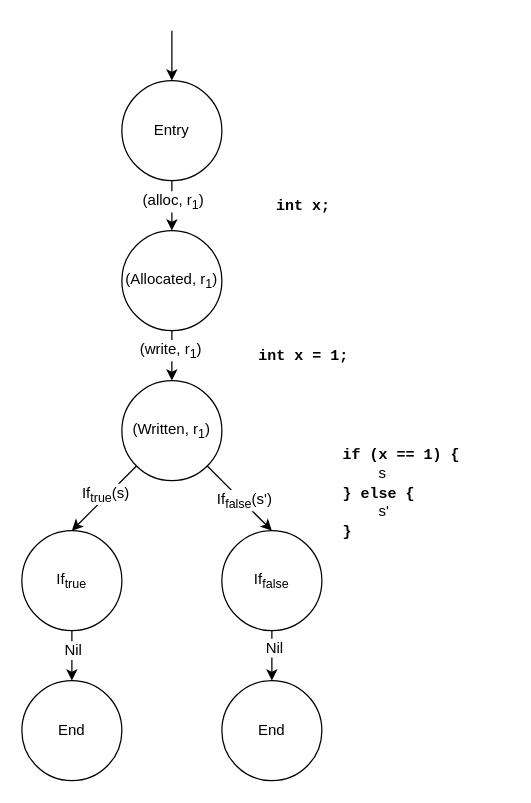
This is background/figures/cfg_example.drawio from andersfischernielsen/Finding-Resource-Manipulation-Bugs-with-Monitor-Automata-on-the-Example-of-the-Linux-Kernel, a draw.io file, before an edit. Source tidied: cells renumbered, new cells numbered last; positions are measured from the earlier drawing's top-left corner, leaving out a move shared by most shapes. Both pictures are drawn from the tidied source at 125%, with x=0, y=0 at pixel (21, 30).
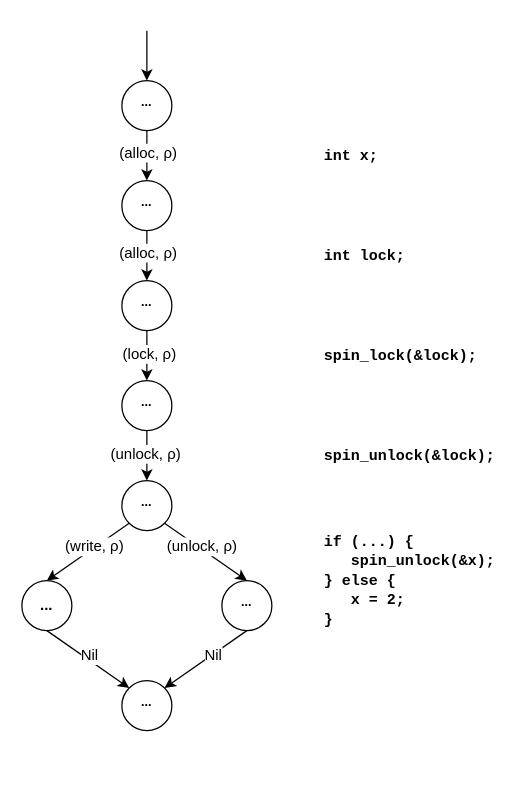
Above is the later version.

Unchanged cells that the change refers to:
```xml
<mxCell id="4" style="endArrow=classic;html=1;exitX=0.5;exitY=1;exitDx=0;exitDy=0;entryX=0.5;entryY=0;entryDx=0;entryDy=0;" parent="1" edge="1" source="2" target="8">
  <mxGeometry relative="1" as="geometry" />
</mxCell>
<mxCell id="6" style="edgeStyle=orthogonalEdgeStyle;rounded=0;jettySize=auto;html=1;exitX=0.5;exitY=1;exitDx=0;exitDy=0;entryX=0.5;entryY=0;entryDx=0;entryDy=0;" parent="1" edge="1" source="8" target="15">
  <mxGeometry relative="1" as="geometry" />
</mxCell>
<mxCell id="11" style="rounded=0;jettySize=auto;html=1;exitX=0;exitY=1;exitDx=0;exitDy=0;entryX=0.5;entryY=0;entryDx=0;entryDy=0;" parent="1" edge="1" source="15" target="18">
  <mxGeometry relative="1" as="geometry" />
</mxCell>
<mxCell id="13" style="edgeStyle=none;rounded=0;jettySize=auto;html=1;exitX=1;exitY=1;exitDx=0;exitDy=0;entryX=0.5;entryY=0;entryDx=0;entryDy=0;" parent="1" edge="1" source="15" target="21">
  <mxGeometry relative="1" as="geometry" />
</mxCell>
```

Change to the diagram source:
```diff
@@
-    <mxCell id="2" value="Entry" style="ellipse;whiteSpace=wrap;html=1;" parent="1" vertex="1">
-      <mxGeometry x="80" y="40" width="80" height="80" as="geometry" />
+    <mxCell id="2" value="&lt;sup&gt;...&lt;/sup&gt;" style="ellipse;whiteSpace=wrap;html=1;fontStyle=1;" parent="1" vertex="1">
+      <mxGeometry x="80" y="200" width="40" height="40" as="geometry" />
     </mxCell>
-    <mxCell id="3" style="endArrow=classic;html=1;entryX=0.5;entryY=0;entryDx=0;entryDy=0;" parent="1" edge="1" target="2">
-      <mxGeometry relative="1" as="geometry">
-        <mxPoint x="120" as="sourcePoint" />
-      </mxGeometry>
+    <mxCell id="3" style="endArrow=classic;html=1;entryX=0.5;entryY=0;entryDx=0;entryDy=0;exitX=0.5;exitY=1;exitDx=0;exitDy=0;" parent="1" edge="1" source="31" target="2">
+      <mxGeometry relative="1" as="geometry" />
     </mxCell>
+    <mxCell id="25" value="(alloc, ρ)" style="text;html=1;align=center;verticalAlign=middle;labelBackgroundColor=#ffffff;" parent="3" vertex="1">
+      <mxGeometry x="-0.4" y="1" relative="1" as="geometry">
+        <mxPoint x="-1" y="5" as="offset" />
+      </mxGeometry>
+    </mxCell>
@@
-    <mxCell id="5" value="(alloc, r&lt;sub&gt;1&lt;/sub&gt;)" style="text;html=1;align=center;verticalAlign=middle;labelBackgroundColor=#ffffff;" parent="4" vertex="1">
-      <mxGeometry x="-0.2" relative="1" as="geometry" />
-    </mxCell>
+    <mxCell id="26" value="(lock, ρ)" style="text;html=1;align=center;verticalAlign=middle;labelBackgroundColor=#ffffff;" parent="4" vertex="1">
+      <mxGeometry x="-0.2" y="1" relative="1" as="geometry">
+        <mxPoint y="2" as="offset" />
+      </mxGeometry>
+    </mxCell>
@@
-    <mxCell id="7" value="(write, r&lt;sub&gt;1&lt;/sub&gt;)" style="text;html=1;align=center;verticalAlign=middle;labelBackgroundColor=#ffffff;" parent="6" vertex="1">
-      <mxGeometry x="-0.25" y="-2" relative="1" as="geometry" />
+    <mxCell id="7" value="(unlock, ρ)" style="text;html=1;align=center;verticalAlign=middle;labelBackgroundColor=#ffffff;" parent="6" vertex="1">
+      <mxGeometry x="-0.25" y="-2" relative="1" as="geometry">
+        <mxPoint y="3" as="offset" />
+      </mxGeometry>
     </mxCell>
-    <mxCell id="8" value="(Allocated, r&lt;sub&gt;1&lt;/sub&gt;)" style="ellipse;whiteSpace=wrap;html=1;" parent="1" vertex="1">
-      <mxGeometry x="80" y="160" width="80" height="80" as="geometry" />
+    <mxCell id="8" value="&lt;sup&gt;...&lt;/sup&gt;" style="ellipse;whiteSpace=wrap;html=1;fontStyle=1;" parent="1" vertex="1">
+      <mxGeometry x="80" y="280" width="40" height="40" as="geometry" />
     </mxCell>
-    <mxCell id="9" value="&lt;font face=&quot;Courier New&quot;&gt;int x;&lt;/font&gt;" style="text;html=1;align=center;verticalAlign=middle;fontStyle=1;" parent="1" vertex="1">
-      <mxGeometry x="195" y="130" width="60" height="20" as="geometry" />
+    <mxCell id="9" value="&lt;font face=&quot;Courier New&quot;&gt;int lock;&lt;/font&gt;" style="text;html=1;align=left;verticalAlign=middle;fontStyle=1;" parent="1" vertex="1">
+      <mxGeometry x="240" y="170" width="80" height="20" as="geometry" />
     </mxCell>
-    <mxCell id="10" value="&lt;font face=&quot;Courier New&quot;&gt;int x = 1;&lt;/font&gt;" style="text;html=1;align=center;verticalAlign=middle;fontStyle=1;" parent="1" vertex="1">
-      <mxGeometry x="180" y="250" width="90" height="20" as="geometry" />
+    <mxCell id="10" value="&lt;font face=&quot;Courier New&quot;&gt;spin_unlock(&amp;amp;lock);&lt;/font&gt;" style="text;html=1;align=left;verticalAlign=middle;fontStyle=1;" parent="1" vertex="1">
+      <mxGeometry x="240" y="330" width="150" height="20" as="geometry" />
     </mxCell>
@@
-    <mxCell id="12" value="If&lt;sub&gt;true&lt;/sub&gt;(s)" style="text;html=1;align=center;verticalAlign=middle;labelBackgroundColor=#ffffff;" parent="11" vertex="1">
+    <mxCell id="12" value="(write,&amp;nbsp;ρ)" style="text;html=1;align=center;verticalAlign=middle;labelBackgroundColor=#ffffff;" parent="11" vertex="1">
       <mxGeometry x="-0.08" y="-1" relative="1" as="geometry">
-        <mxPoint y="-1" as="offset" />
+        <mxPoint x="3" y="-1.6" as="offset" />
       </mxGeometry>
     </mxCell>
@@
-    <mxCell id="14" value="If&lt;sub&gt;false&lt;/sub&gt;(s')" style="text;html=1;align=center;verticalAlign=middle;labelBackgroundColor=#ffffff;" parent="13" vertex="1">
+    <mxCell id="14" value="(unlock,&amp;nbsp;ρ)" style="text;html=1;align=center;verticalAlign=middle;labelBackgroundColor=#ffffff;" parent="13" vertex="1">
       <mxGeometry x="0.11" y="1" relative="1" as="geometry">
-        <mxPoint y="-1" as="offset" />
+        <mxPoint x="-8" y="-6.6" as="offset" />
       </mxGeometry>
     </mxCell>
-    <mxCell id="15" value="&lt;span style=&quot;white-space: normal&quot;&gt;(Written, r&lt;/span&gt;&lt;sub style=&quot;white-space: normal&quot;&gt;1&lt;/sub&gt;&lt;span style=&quot;white-space: normal&quot;&gt;)&lt;/span&gt;" style="ellipse;whiteSpace=wrap;html=1;" parent="1" vertex="1">
-      <mxGeometry x="80" y="280" width="80" height="80" as="geometry" />
+    <mxCell id="15" value="&lt;sup&gt;...&lt;/sup&gt;" style="ellipse;whiteSpace=wrap;html=1;fontStyle=1;" parent="1" vertex="1">
+      <mxGeometry x="80" y="360" width="40" height="40" as="geometry" />
     </mxCell>
-    <mxCell id="16" style="edgeStyle=none;rounded=0;jettySize=auto;html=1;exitX=0.5;exitY=1;exitDx=0;exitDy=0;entryX=0.5;entryY=0;entryDx=0;entryDy=0;" parent="1" edge="1" source="18" target="23">
+    <mxCell id="16" style="edgeStyle=none;rounded=0;jettySize=auto;html=1;exitX=0.5;exitY=1;exitDx=0;exitDy=0;entryX=0;entryY=0;entryDx=0;entryDy=0;" parent="1" edge="1" source="18" target="24">
       <mxGeometry relative="1" as="geometry" />
     </mxCell>
-    <mxCell id="17" value="Nil" style="text;html=1;align=center;verticalAlign=middle;labelBackgroundColor=#ffffff;" parent="16" vertex="1">
-      <mxGeometry x="-0.25" relative="1" as="geometry" />
-    </mxCell>
+    <mxCell id="27" value="Nil" style="text;html=1;align=center;verticalAlign=middle;labelBackgroundColor=#ffffff;" parent="16" vertex="1">
+      <mxGeometry x="-0.03" y="3" relative="1" as="geometry" />
+    </mxCell>
-    <mxCell id="18" value="If&lt;sub&gt;true&lt;/sub&gt;" style="ellipse;whiteSpace=wrap;html=1;" parent="1" vertex="1">
-      <mxGeometry y="400" width="80" height="80" as="geometry" />
+    <mxCell id="18" value="&lt;b&gt;...&lt;/b&gt;" style="ellipse;whiteSpace=wrap;html=1;" parent="1" vertex="1">
+      <mxGeometry y="440" width="40" height="40" as="geometry" />
     </mxCell>
-    <mxCell id="19" style="edgeStyle=none;rounded=0;jettySize=auto;html=1;exitX=0.5;exitY=1;exitDx=0;exitDy=0;entryX=0.5;entryY=0;entryDx=0;entryDy=0;" parent="1" edge="1" source="21" target="24">
+    <mxCell id="19" style="edgeStyle=none;rounded=0;jettySize=auto;html=1;exitX=0.5;exitY=1;exitDx=0;exitDy=0;entryX=1;entryY=0;entryDx=0;entryDy=0;" parent="1" edge="1" source="21" target="24">
       <mxGeometry relative="1" as="geometry" />
     </mxCell>
-    <mxCell id="20" value="Nil" style="text;html=1;align=center;verticalAlign=middle;labelBackgroundColor=#ffffff;" parent="19" vertex="1">
-      <mxGeometry x="-0.35" y="1" relative="1" as="geometry" />
-    </mxCell>
+    <mxCell id="28" value="Nil" style="text;html=1;align=center;verticalAlign=middle;labelBackgroundColor=#ffffff;" parent="19" vertex="1">
+      <mxGeometry x="-0.15" relative="1" as="geometry" />
+    </mxCell>
-    <mxCell id="21" value="If&lt;sub&gt;false&lt;/sub&gt;" style="ellipse;whiteSpace=wrap;html=1;" parent="1" vertex="1">
-      <mxGeometry x="160" y="400" width="80" height="80" as="geometry" />
+    <mxCell id="21" value="&lt;sup&gt;...&lt;/sup&gt;" style="ellipse;whiteSpace=wrap;html=1;fontStyle=1;" parent="1" vertex="1">
+      <mxGeometry x="160" y="440" width="40" height="40" as="geometry" />
     </mxCell>
-    <mxCell id="22" value="&lt;font face=&quot;Courier New&quot;&gt;if (x == 1) { &lt;br&gt;&amp;nbsp; &amp;nbsp; &lt;/font&gt;&lt;span style=&quot;font-weight: normal&quot;&gt;s&lt;/span&gt;&lt;font face=&quot;Courier New&quot;&gt; &lt;br&gt;} else { &lt;br&gt;&amp;nbsp; &amp;nbsp; &lt;/font&gt;&lt;span style=&quot;font-weight: normal&quot;&gt;s'&lt;/span&gt;&lt;font face=&quot;Courier New&quot;&gt;&amp;nbsp;&lt;br&gt;}&lt;/font&gt;" style="text;html=1;align=left;verticalAlign=middle;fontStyle=1;" parent="1" vertex="1">
-      <mxGeometry x="255" y="330" width="110" height="80" as="geometry" />
+    <mxCell id="22" value="&lt;font face=&quot;Courier New&quot;&gt;if (...) { &lt;br&gt;&amp;nbsp; &amp;nbsp;spin_unlock(&amp;amp;x);&lt;/font&gt;&lt;font face=&quot;Courier New&quot;&gt;&lt;br&gt;} else { &lt;br&gt;&amp;nbsp; &amp;nbsp;x = 2;&lt;/font&gt;&lt;font face=&quot;Courier New&quot;&gt;&lt;br&gt;}&lt;/font&gt;" style="text;html=1;align=left;verticalAlign=middle;fontStyle=1;" parent="1" vertex="1">
+      <mxGeometry x="240" y="400" width="150" height="80" as="geometry" />
     </mxCell>
-    <mxCell id="23" value="End" style="ellipse;whiteSpace=wrap;html=1;" parent="1" vertex="1">
-      <mxGeometry y="520" width="80" height="80" as="geometry" />
-    </mxCell>
-    <mxCell id="24" value="End" style="ellipse;whiteSpace=wrap;html=1;" parent="1" vertex="1">
-      <mxGeometry x="160" y="520" width="80" height="80" as="geometry" />
+    <mxCell id="24" value="&lt;b&gt;&lt;sup&gt;...&lt;/sup&gt;&lt;/b&gt;" style="ellipse;whiteSpace=wrap;html=1;" parent="1" vertex="1">
+      <mxGeometry x="80" y="520" width="40" height="40" as="geometry" />
     </mxCell>
+    <mxCell id="29" value="&lt;font face=&quot;Courier New&quot;&gt;spin_lock(&amp;amp;lock);&lt;/font&gt;" style="text;html=1;align=left;verticalAlign=middle;fontStyle=1;" parent="1" vertex="1">
+      <mxGeometry x="240" y="250" width="140" height="20" as="geometry" />
+    </mxCell>
+    <mxCell id="30" value="&lt;font face=&quot;Courier New&quot;&gt;int x;&lt;/font&gt;" style="text;html=1;align=left;verticalAlign=middle;fontStyle=1;" parent="1" vertex="1">
+      <mxGeometry x="240" y="90" width="60" height="20" as="geometry" />
+    </mxCell>
+    <mxCell id="31" value="&lt;sup&gt;...&lt;/sup&gt;" style="ellipse;whiteSpace=wrap;html=1;fontStyle=1;" parent="1" vertex="1">
+      <mxGeometry x="80" y="120" width="40" height="40" as="geometry" />
+    </mxCell>
+    <mxCell id="32" style="endArrow=classic;html=1;entryX=0.5;entryY=0;entryDx=0;entryDy=0;exitX=0.5;exitY=1;exitDx=0;exitDy=0;" parent="1" edge="1" source="34" target="31">
+      <mxGeometry relative="1" as="geometry" />
+    </mxCell>
+    <mxCell id="33" value="(alloc, ρ)" style="text;html=1;align=center;verticalAlign=middle;labelBackgroundColor=#ffffff;" parent="32" vertex="1">
+      <mxGeometry x="-0.05" relative="1" as="geometry">
+        <mxPoint y="-2" as="offset" />
+      </mxGeometry>
+    </mxCell>
+    <mxCell id="34" value="&lt;sup&gt;...&lt;/sup&gt;" style="ellipse;whiteSpace=wrap;html=1;fontStyle=1;" parent="1" vertex="1">
+      <mxGeometry x="80" y="40" width="40" height="40" as="geometry" />
+    </mxCell>
+    <mxCell id="35" style="endArrow=classic;html=1;entryX=0.5;entryY=0;entryDx=0;entryDy=0;" parent="1" edge="1" target="34">
+      <mxGeometry relative="1" as="geometry">
+        <mxPoint x="100" as="sourcePoint" />
+      </mxGeometry>
+    </mxCell>
```
